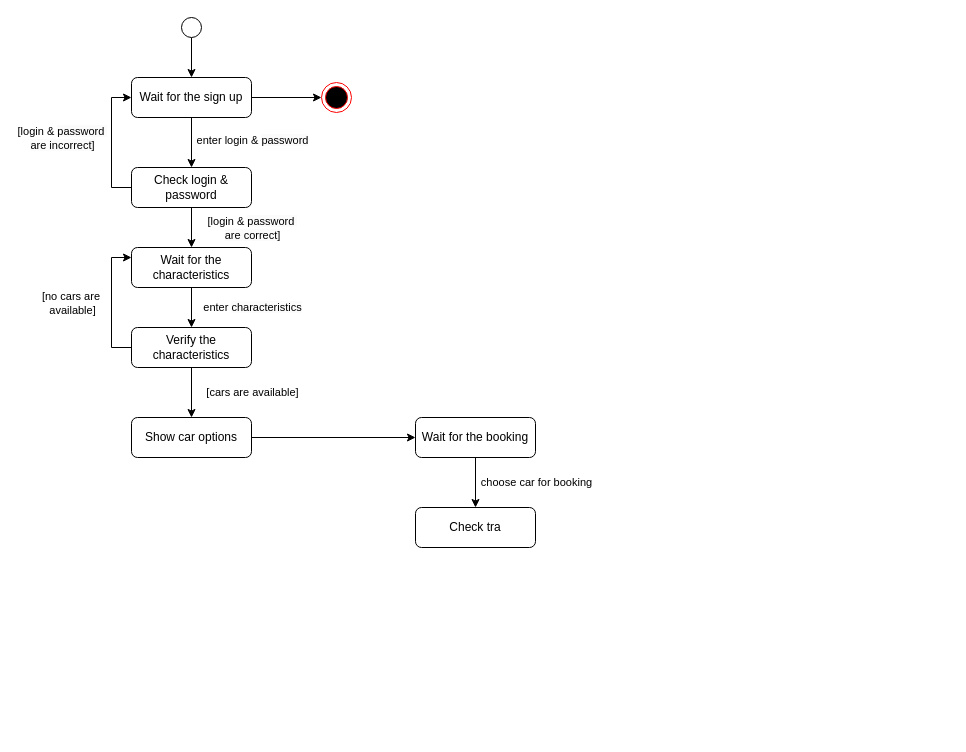
Above: Диаграмма автоматов.drawio in AbdullinaLR/UML (draw.io), before the change. Source tidied: cells renumbered, new cells numbered last; positions are measured from the earlier drawing's top-left corner, leaving out a move shared by most shapes. Both pictures are drawn from the tidied source at 100%, with x=0, y=0 at pixel (111, 17).
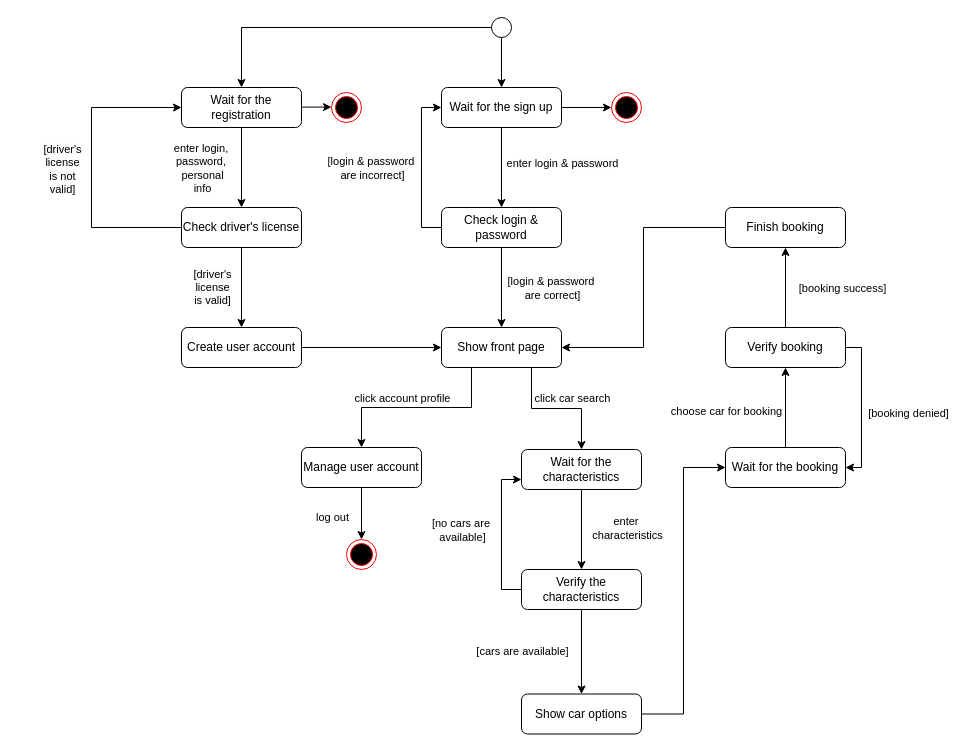
After the change.

Unchanged cells that the change refers to:
```xml
<mxCell id="8" style="edgeStyle=orthogonalEdgeStyle;rounded=0;jettySize=auto;html=1;entryX=0;entryY=0.5;entryDx=0;entryDy=0;exitX=0;exitY=0.5;exitDx=0;exitDy=0;" parent="1" edge="1" source="12" target="5">
  <mxGeometry relative="1" as="geometry" />
</mxCell>
<mxCell id="14" style="edgeStyle=orthogonalEdgeStyle;rounded=0;jettySize=auto;html=1;exitX=0.5;exitY=1;exitDx=0;exitDy=0;entryX=0.5;entryY=0;entryDx=0;entryDy=0;" parent="1" edge="1" source="16" target="19">
  <mxGeometry relative="1" as="geometry" />
</mxCell>
<mxCell id="17" style="edgeStyle=orthogonalEdgeStyle;rounded=0;jettySize=auto;html=1;entryX=0.5;entryY=0;entryDx=0;entryDy=0;" parent="1" edge="1" source="19" target="23">
  <mxGeometry relative="1" as="geometry" />
</mxCell>
```

The edit, as a diff of the source:
```diff
@@
     <mxCell id="5" value="Wait for the sign up" style="rounded=1;whiteSpace=wrap;html=1;" parent="1" vertex="1">
-      <mxGeometry x="20" y="60" width="120" height="40" as="geometry" />
+      <mxGeometry x="330" y="70" width="120" height="40" as="geometry" />
     </mxCell>
@@
+    <mxCell id="28" style="edgeStyle=orthogonalEdgeStyle;rounded=0;jettySize=auto;html=1;entryX=0.5;entryY=0;entryDx=0;entryDy=0;" parent="1" edge="1" source="7" target="35">
+      <mxGeometry relative="1" as="geometry" />
+    </mxCell>
     <mxCell id="7" style="ellipse;whiteSpace=wrap;html=1;" parent="1" vertex="1">
-      <mxGeometry x="70" width="20" height="20" as="geometry" />
+      <mxGeometry x="380" width="20" height="20" as="geometry" />
     </mxCell>
@@
     <mxCell id="9" value="[login &amp;amp;&amp;nbsp;&lt;span style=&quot;text-wrap: wrap; background-color: rgb(251, 251, 251);&quot;&gt;password&amp;nbsp;&lt;/span&gt;&lt;div&gt;&lt;span style=&quot;text-wrap: wrap; background-color: rgb(251, 251, 251);&quot;&gt;are incorrect]&lt;/span&gt;&lt;/div&gt;" style="edgeLabel;html=1;align=center;verticalAlign=middle;" parent="8" vertex="1">
       <mxGeometry x="0.08" y="4" relative="1" as="geometry">
-        <mxPoint x="-46" as="offset" />
+        <mxPoint x="-46" y="6" as="offset" />
       </mxGeometry>
     </mxCell>
-    <mxCell id="10" style="edgeStyle=orthogonalEdgeStyle;rounded=0;jettySize=auto;html=1;entryX=0.5;entryY=0;entryDx=0;entryDy=0;" parent="1" edge="1" source="12" target="16">
+    <mxCell id="10" style="edgeStyle=orthogonalEdgeStyle;rounded=0;jettySize=auto;html=1;entryX=0.5;entryY=0;entryDx=0;entryDy=0;" parent="1" edge="1" source="12" target="49">
       <mxGeometry relative="1" as="geometry" />
     </mxCell>
     <mxCell id="11" value="[login &amp;amp;&amp;nbsp;&lt;span style=&quot;text-wrap: wrap; background-color: rgb(251, 251, 251);&quot;&gt;password&amp;nbsp;&lt;/span&gt;&lt;div&gt;&lt;span style=&quot;text-wrap: wrap; background-color: rgb(251, 251, 251);&quot;&gt;are correct]&lt;/span&gt;&lt;/div&gt;" style="edgeLabel;html=1;align=center;verticalAlign=middle;" parent="10" vertex="1">
       <mxGeometry x="0.15" y="-1" relative="1" as="geometry">
-        <mxPoint x="61" y="-3" as="offset" />
+        <mxPoint x="51" y="-6" as="offset" />
       </mxGeometry>
     </mxCell>
     <mxCell id="12" value="Check login &amp;amp; password" style="rounded=1;whiteSpace=wrap;html=1;" parent="1" vertex="1">
-      <mxGeometry x="20" y="150" width="120" height="40" as="geometry" />
+      <mxGeometry x="330" y="190" width="120" height="40" as="geometry" />
     </mxCell>
     <mxCell id="13" style="ellipse;html=1;shape=endState;fillColor=#000000;strokeColor=#ff0000;" parent="1" vertex="1">
-      <mxGeometry x="210" y="65" width="30" height="30" as="geometry" />
+      <mxGeometry x="500" y="75" width="30" height="30" as="geometry" />
     </mxCell>
@@
-    <mxCell id="15" value="enter&amp;nbsp;&lt;span style=&quot;text-wrap: wrap; background-color: rgb(251, 251, 251);&quot;&gt;&lt;font style=&quot;font-size: 11px;&quot;&gt;characteristics&lt;/font&gt;&lt;/span&gt;" style="edgeLabel;html=1;align=center;verticalAlign=middle;" parent="14" vertex="1">
+    <mxCell id="15" value="enter&amp;nbsp;&lt;div&gt;&lt;span style=&quot;text-wrap: wrap; background-color: rgb(251, 251, 251);&quot;&gt;&lt;font style=&quot;font-size: 11px;&quot;&gt;characteristics&lt;/font&gt;&lt;/span&gt;&lt;/div&gt;" style="edgeLabel;html=1;align=center;verticalAlign=middle;" parent="14" vertex="1">
       <mxGeometry x="-0.05" y="-1" relative="1" as="geometry">
-        <mxPoint x="61" as="offset" />
+        <mxPoint x="46" as="offset" />
       </mxGeometry>
     </mxCell>
     <mxCell id="16" value="Wait for the characteristics" style="rounded=1;whiteSpace=wrap;html=1;" parent="1" vertex="1">
-      <mxGeometry x="20" y="230" width="120" height="40" as="geometry" />
+      <mxGeometry x="410" y="432" width="120" height="40" as="geometry" />
     </mxCell>
@@
     <mxCell id="18" value="[cars are available]" style="edgeLabel;html=1;align=center;verticalAlign=middle;" parent="17" vertex="1">
       <mxGeometry x="-0.03" y="-2" relative="1" as="geometry">
-        <mxPoint x="62" as="offset" />
+        <mxPoint x="-58" as="offset" />
       </mxGeometry>
     </mxCell>
     <mxCell id="19" value="Verify the characteristics" style="rounded=1;whiteSpace=wrap;html=1;" parent="1" vertex="1">
-      <mxGeometry x="20" y="310" width="120" height="40" as="geometry" />
+      <mxGeometry x="410" y="552" width="120" height="40" as="geometry" />
     </mxCell>
-    <mxCell id="20" style="edgeStyle=orthogonalEdgeStyle;rounded=0;orthogonalLoop=1;jettySize=auto;html=1;entryX=0;entryY=0.5;entryDx=0;entryDy=0;" parent="1" edge="1">
+    <mxCell id="20" style="edgeStyle=orthogonalEdgeStyle;rounded=0;jettySize=auto;html=1;entryX=0;entryY=0.75;entryDx=0;entryDy=0;exitX=0;exitY=0.5;exitDx=0;exitDy=0;" parent="1" edge="1" source="19" target="16">
       <mxGeometry relative="1" as="geometry">
-        <mxPoint x="20" y="330" as="sourcePoint" />
-        <mxPoint x="20" y="240" as="targetPoint" />
         <Array as="points">
-          <mxPoint y="330" />
-          <mxPoint y="240" />
+          <mxPoint x="390" y="572" />
+          <mxPoint x="390" y="462" />
         </Array>
       </mxGeometry>
     </mxCell>
     <mxCell id="21" value="[no cars are&amp;nbsp;&lt;div&gt;available]&lt;/div&gt;" style="edgeLabel;html=1;align=center;verticalAlign=middle;" parent="20" vertex="1">
       <mxGeometry relative="1" as="geometry">
-        <mxPoint x="-40" as="offset" />
+        <mxPoint x="-40" y="-5" as="offset" />
       </mxGeometry>
     </mxCell>
@@
     <mxCell id="23" value="Show car options" style="rounded=1;whiteSpace=wrap;html=1;" parent="1" vertex="1">
-      <mxGeometry x="20" y="400" width="120" height="40" as="geometry" />
+      <mxGeometry x="410" y="676.5" width="120" height="40" as="geometry" />
     </mxCell>
-    <mxCell id="24" style="edgeStyle=orthogonalEdgeStyle;rounded=0;jettySize=auto;html=1;entryX=0.5;entryY=0;entryDx=0;entryDy=0;" parent="1" edge="1" source="26" target="27">
+    <mxCell id="24" style="edgeStyle=orthogonalEdgeStyle;rounded=0;jettySize=auto;html=1;entryX=0.5;entryY=1;entryDx=0;entryDy=0;" parent="1" edge="1" source="26" target="27">
       <mxGeometry relative="1" as="geometry" />
     </mxCell>
     <mxCell id="25" value="choose car for booking" style="edgeLabel;html=1;align=center;verticalAlign=middle;" parent="24" vertex="1">
       <mxGeometry x="-0.29" y="1" relative="1" as="geometry">
-        <mxPoint x="59" y="6" as="offset" />
+        <mxPoint x="-59" y="-9" as="offset" />
       </mxGeometry>
     </mxCell>
     <mxCell id="26" value="Wait for the booking" style="rounded=1;whiteSpace=wrap;html=1;" parent="1" vertex="1">
-      <mxGeometry x="304" y="400" width="120" height="40" as="geometry" />
+      <mxGeometry x="614" y="430" width="120" height="40" as="geometry" />
     </mxCell>
+    <mxCell id="29" style="edgeStyle=orthogonalEdgeStyle;rounded=0;jettySize=auto;html=1;entryX=1;entryY=0.5;entryDx=0;entryDy=0;exitX=1;exitY=0.5;exitDx=0;exitDy=0;" parent="1" edge="1" source="27" target="26">
+      <mxGeometry relative="1" as="geometry">
+        <Array as="points">
+          <mxPoint x="750" y="330" />
+          <mxPoint x="750" y="450" />
+        </Array>
+      </mxGeometry>
+    </mxCell>
+    <mxCell id="30" value="[booking denied]" style="edgeLabel;html=1;align=center;verticalAlign=middle;" parent="29" vertex="1">
+      <mxGeometry x="0.06" y="1" relative="1" as="geometry">
+        <mxPoint x="45" as="offset" />
+      </mxGeometry>
+    </mxCell>
+    <mxCell id="31" style="edgeStyle=orthogonalEdgeStyle;rounded=0;jettySize=auto;html=1;entryX=0.5;entryY=1;entryDx=0;entryDy=0;" parent="1" edge="1" source="27" target="44">
+      <mxGeometry relative="1" as="geometry" />
+    </mxCell>
+    <mxCell id="32" value="[booking success]" style="edgeLabel;html=1;align=center;verticalAlign=middle;" parent="31" vertex="1">
+      <mxGeometry x="0.05" relative="1" as="geometry">
+        <mxPoint x="56" y="2" as="offset" />
+      </mxGeometry>
+    </mxCell>
-    <mxCell id="27" value="Check tra" style="rounded=1;whiteSpace=wrap;html=1;" parent="1" vertex="1">
-      <mxGeometry x="304" y="490" width="120" height="40" as="geometry" />
+    <mxCell id="27" value="Verify booking" style="rounded=1;whiteSpace=wrap;html=1;" parent="1" vertex="1">
+      <mxGeometry x="614" y="310" width="120" height="40" as="geometry" />
     </mxCell>
+    <mxCell id="33" style="edgeStyle=orthogonalEdgeStyle;rounded=0;jettySize=auto;html=1;entryX=0.5;entryY=0;entryDx=0;entryDy=0;" parent="1" edge="1" source="35" target="40">
+      <mxGeometry relative="1" as="geometry" />
+    </mxCell>
+    <mxCell id="34" value="enter login,&amp;nbsp;&lt;div&gt;&lt;span style=&quot;text-wrap: wrap; background-color: rgb(251, 251, 251);&quot;&gt;password,&amp;nbsp;&lt;/span&gt;&lt;/div&gt;&lt;div&gt;&lt;span style=&quot;text-wrap: wrap; background-color: rgb(251, 251, 251);&quot;&gt;personal info&lt;/span&gt;&lt;/div&gt;" style="edgeLabel;html=1;align=center;verticalAlign=middle;" parent="33" vertex="1">
+      <mxGeometry x="-0.11" y="4" relative="1" as="geometry">
+        <mxPoint x="-44" y="4" as="offset" />
+      </mxGeometry>
+    </mxCell>
+    <mxCell id="35" value="Wait for the registration" style="rounded=1;whiteSpace=wrap;html=1;" parent="1" vertex="1">
+      <mxGeometry x="70" y="70" width="120" height="40" as="geometry" />
+    </mxCell>
+    <mxCell id="36" style="edgeStyle=orthogonalEdgeStyle;rounded=0;jettySize=auto;html=1;entryX=0.5;entryY=0;entryDx=0;entryDy=0;" parent="1" edge="1" source="40" target="42">
+      <mxGeometry relative="1" as="geometry" />
+    </mxCell>
+    <mxCell id="37" value="&lt;span style=&quot;text-wrap: wrap; background-color: rgb(251, 251, 251);&quot;&gt;[driver's license is&lt;/span&gt;&lt;span style=&quot;background-color: rgb(251, 251, 251); text-wrap: wrap;&quot;&gt;&amp;nbsp;valid]&lt;/span&gt;" style="edgeLabel;html=1;align=center;verticalAlign=middle;" parent="36" vertex="1">
+      <mxGeometry x="-0.09" y="-2" relative="1" as="geometry">
+        <mxPoint x="-28" y="3" as="offset" />
+      </mxGeometry>
+    </mxCell>
+    <mxCell id="38" style="edgeStyle=orthogonalEdgeStyle;rounded=0;jettySize=auto;html=1;entryX=0;entryY=0.5;entryDx=0;entryDy=0;exitX=0;exitY=0.5;exitDx=0;exitDy=0;" parent="1" edge="1" source="40" target="35">
+      <mxGeometry relative="1" as="geometry">
+        <Array as="points">
+          <mxPoint x="-20" y="210" />
+          <mxPoint x="-20" y="90" />
+        </Array>
+      </mxGeometry>
+    </mxCell>
+    <mxCell id="39" value="&lt;span style=&quot;text-wrap: wrap; background-color: rgb(251, 251, 251);&quot;&gt;[driver's license is not valid]&lt;/span&gt;" style="edgeLabel;html=1;align=center;verticalAlign=middle;" parent="38" vertex="1">
+      <mxGeometry x="-0.01" y="2" relative="1" as="geometry">
+        <mxPoint x="-28" as="offset" />
+      </mxGeometry>
+    </mxCell>
+    <mxCell id="40" value="Check&amp;nbsp;driver's license" style="rounded=1;whiteSpace=wrap;html=1;" parent="1" vertex="1">
+      <mxGeometry x="70" y="190" width="120" height="40" as="geometry" />
+    </mxCell>
+    <mxCell id="41" style="edgeStyle=orthogonalEdgeStyle;rounded=0;jettySize=auto;html=1;entryX=0;entryY=0.5;entryDx=0;entryDy=0;" parent="1" edge="1" source="42" target="49">
+      <mxGeometry relative="1" as="geometry" />
+    </mxCell>
+    <mxCell id="42" value="Create user account" style="rounded=1;whiteSpace=wrap;html=1;" parent="1" vertex="1">
+      <mxGeometry x="70" y="310" width="120" height="40" as="geometry" />
+    </mxCell>
+    <mxCell id="43" style="edgeStyle=orthogonalEdgeStyle;rounded=0;jettySize=auto;html=1;entryX=1;entryY=0.5;entryDx=0;entryDy=0;" parent="1" edge="1" source="44" target="49">
+      <mxGeometry relative="1" as="geometry" />
+    </mxCell>
+    <mxCell id="44" value="Finish booking" style="rounded=1;whiteSpace=wrap;html=1;" parent="1" vertex="1">
+      <mxGeometry x="614" y="190" width="120" height="40" as="geometry" />
+    </mxCell>
+    <mxCell id="45" style="edgeStyle=orthogonalEdgeStyle;rounded=0;jettySize=auto;html=1;entryX=0;entryY=0.5;entryDx=0;entryDy=0;" parent="1" edge="1" target="46">
+      <mxGeometry relative="1" as="geometry">
+        <mxPoint x="190" y="89.6" as="sourcePoint" />
+      </mxGeometry>
+    </mxCell>
+    <mxCell id="46" style="ellipse;html=1;shape=endState;fillColor=#000000;strokeColor=#ff0000;" parent="1" vertex="1">
+      <mxGeometry x="220" y="75" width="30" height="30" as="geometry" />
+    </mxCell>
+    <mxCell id="47" style="edgeStyle=orthogonalEdgeStyle;rounded=0;jettySize=auto;html=1;entryX=0.5;entryY=0;entryDx=0;entryDy=0;" parent="1" edge="1" source="49" target="16">
+      <mxGeometry relative="1" as="geometry">
+        <Array as="points">
+          <mxPoint x="420" y="391" />
+          <mxPoint x="470" y="391" />
+        </Array>
+      </mxGeometry>
+    </mxCell>
+    <mxCell id="48" value="click car search" style="edgeLabel;html=1;align=center;verticalAlign=middle;" parent="47" vertex="1">
+      <mxGeometry x="-0.3" y="-1" relative="1" as="geometry">
+        <mxPoint x="35" y="-12" as="offset" />
+      </mxGeometry>
+    </mxCell>
+    <mxCell id="49" value="Show front page" style="rounded=1;whiteSpace=wrap;html=1;" parent="1" vertex="1">
+      <mxGeometry x="330" y="310" width="120" height="40" as="geometry" />
+    </mxCell>
+    <mxCell id="50" style="edgeStyle=orthogonalEdgeStyle;rounded=0;jettySize=auto;html=1;entryX=0.5;entryY=0;entryDx=0;entryDy=0;" parent="1" edge="1" source="52" target="55">
+      <mxGeometry relative="1" as="geometry" />
+    </mxCell>
+    <mxCell id="51" value="log out" style="edgeLabel;html=1;align=center;verticalAlign=middle;" parent="50" vertex="1">
+      <mxGeometry x="0.03" y="-1" relative="1" as="geometry">
+        <mxPoint x="-29" y="2" as="offset" />
+      </mxGeometry>
+    </mxCell>
+    <mxCell id="52" value="Manage user account" style="rounded=1;whiteSpace=wrap;html=1;" parent="1" vertex="1">
+      <mxGeometry x="190" y="430" width="120" height="40" as="geometry" />
+    </mxCell>
+    <mxCell id="53" style="endArrow=classic;html=1;rounded=0;exitX=0.25;exitY=1;exitDx=0;exitDy=0;entryX=0.5;entryY=0;entryDx=0;entryDy=0;" parent="1" edge="1" source="49" target="52">
+      <mxGeometry relative="1" as="geometry">
+        <Array as="points">
+          <mxPoint x="360" y="390" />
+          <mxPoint x="250" y="390" />
+        </Array>
+      </mxGeometry>
+    </mxCell>
+    <mxCell id="54" value="click account profile" style="edgeLabel;html=1;align=center;verticalAlign=middle;" parent="53" vertex="1">
+      <mxGeometry x="0.18" y="-1" relative="1" as="geometry">
+        <mxPoint x="2" y="-9" as="offset" />
+      </mxGeometry>
+    </mxCell>
+    <mxCell id="55" style="ellipse;html=1;shape=endState;fillColor=#000000;strokeColor=#ff0000;" parent="1" vertex="1">
+      <mxGeometry x="235" y="522" width="30" height="30" as="geometry" />
+    </mxCell>
```
